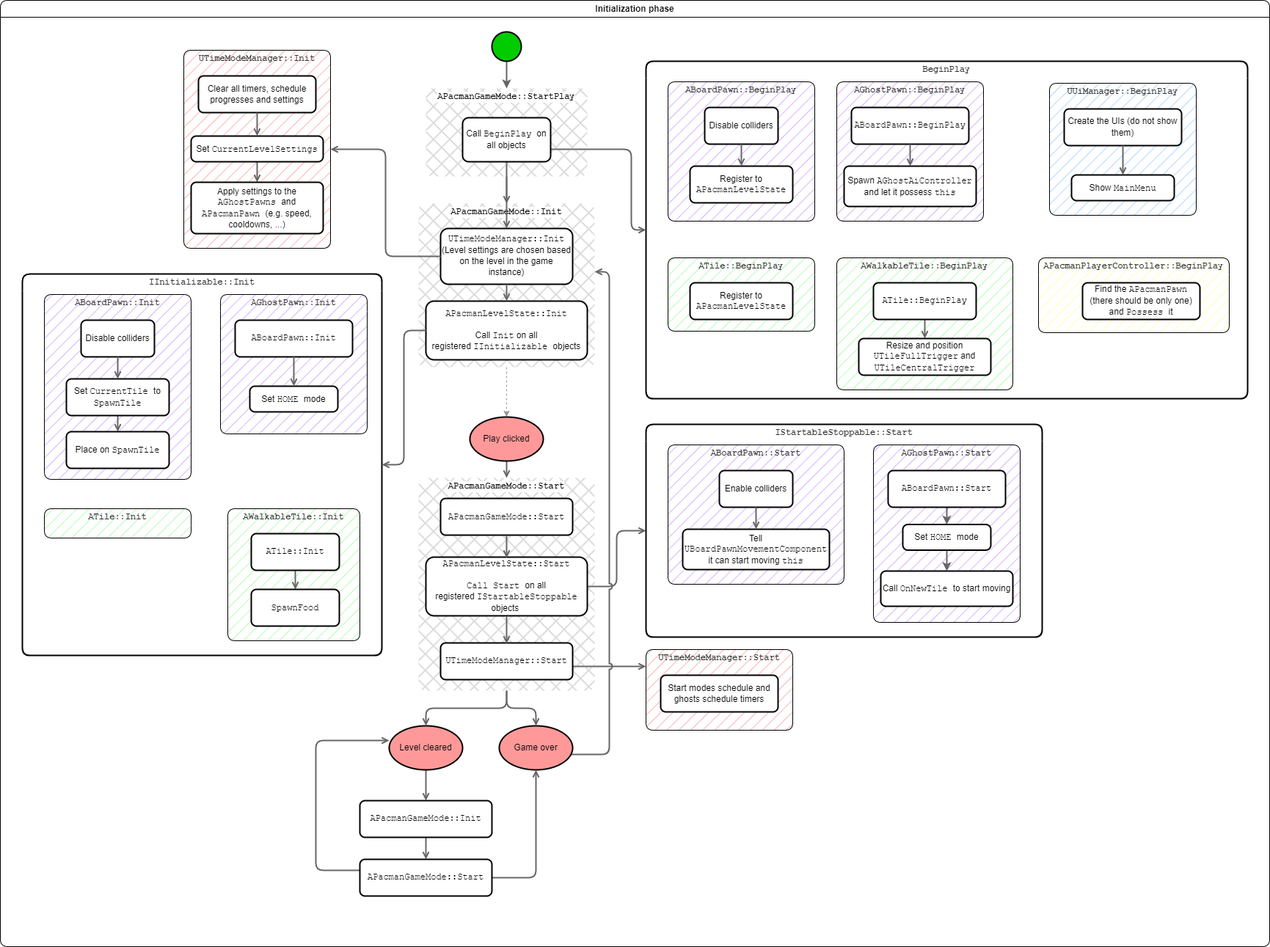
Above: Documentation/GameFlowDiagrams/InitPhase.png in Lapo9/Pacman (draw.io), before the change. Source tidied: cells renumbered, new cells last; positions are measured from the earlier drawing's top-left corner, leaving out a move shared by most shapes.
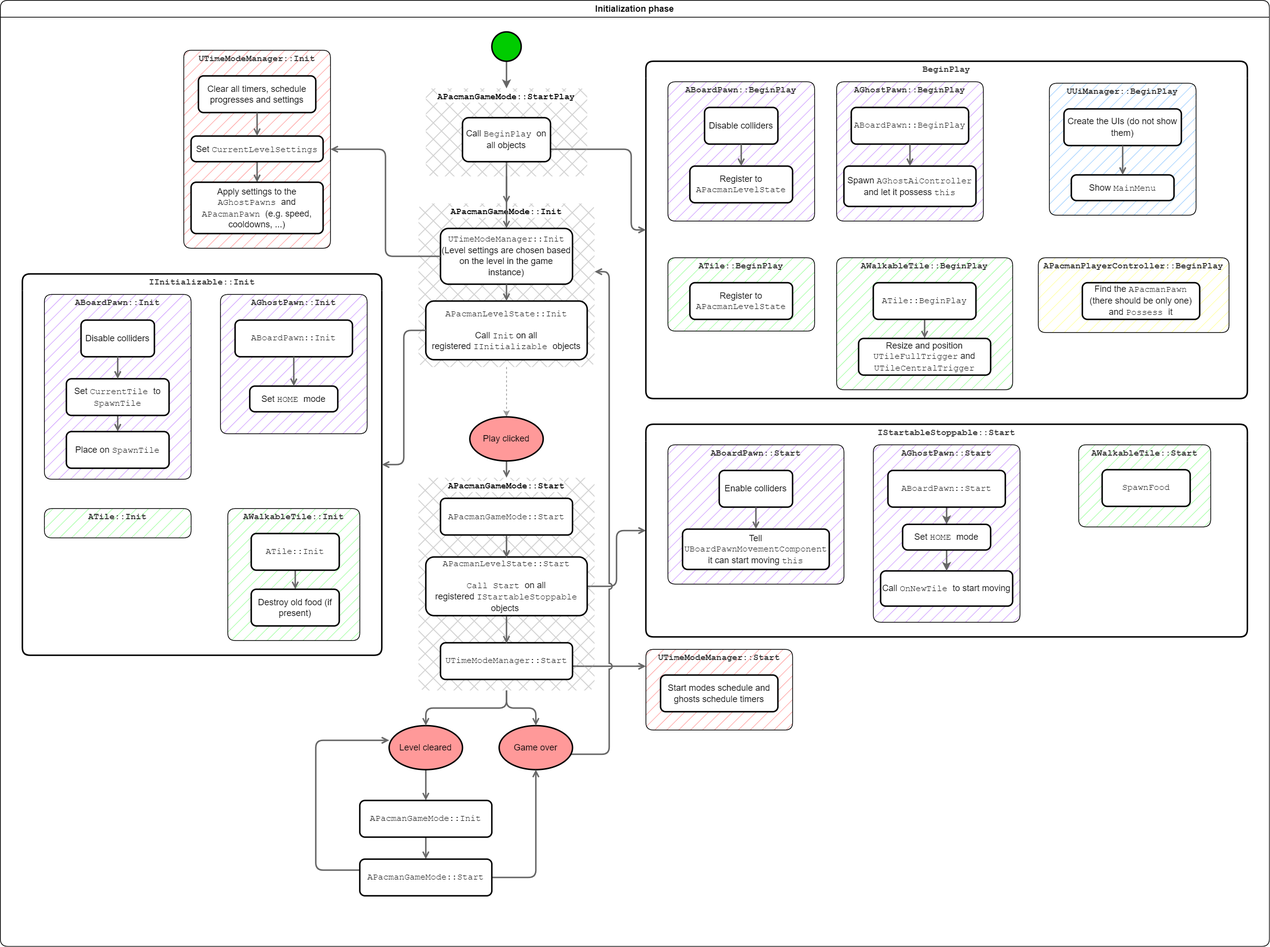
The same file after the commit.

Commit message:
(Apparently) fixed a rare bug with food spawning and another game breaking bug with board pawns outside of the maze

Diff of the diagram source:
```diff
@@ -155,11 +155,11 @@
     <mxCell id="49" value="ATile::Init" style="rounded=1;whiteSpace=wrap;html=1;absoluteArcSize=1;arcSize=14;strokeWidth=2;fontFamily=Courier New;" parent="47" vertex="1">
       <mxGeometry x="32" y="34" width="120" height="50" as="geometry" />
     </mxCell>
-    <mxCell id="50" value="&lt;font face=&quot;Courier New&quot;&gt;SpawnFood&lt;/font&gt;" style="rounded=1;whiteSpace=wrap;html=1;absoluteArcSize=1;arcSize=14;strokeWidth=2;fontFamily=Helvetica;" parent="47" vertex="1">
+    <mxCell id="50" value="&lt;font&gt;Destroy old food (if present)&lt;/font&gt;" style="rounded=1;whiteSpace=wrap;html=1;absoluteArcSize=1;arcSize=14;strokeWidth=2;fontFamily=Helvetica;" parent="47" vertex="1">
       <mxGeometry x="32" y="110" width="120" height="50" as="geometry" />
     </mxCell>
     <mxCell id="51" value="IStartableStoppable::Start" style="swimlane;whiteSpace=wrap;html=1;fontFamily=Courier New;fillStyle=hatch;fillColor=none;fontColor=#333333;strokeColor=default;swimlaneFillColor=none;rounded=1;swimlaneLine=0;glass=0;shadow=0;strokeWidth=2;" parent="2" vertex="1">
-      <mxGeometry x="880" y="578" width="540" height="290" as="geometry" />
+      <mxGeometry x="880" y="578" width="820" height="290" as="geometry" />
     </mxCell>
     <mxCell id="52" style="edgeStyle=orthogonalEdgeStyle;rounded=0;orthogonalLoop=1;jettySize=auto;html=1;" parent="51" edge="1">
       <mxGeometry relative="1" as="geometry">
@@ -196,6 +196,12 @@
     <mxCell id="62" value="Set &lt;font face=&quot;Courier New&quot;&gt;HOME &lt;/font&gt;mode" style="rounded=1;whiteSpace=wrap;html=1;absoluteArcSize=1;arcSize=14;strokeWidth=2;" parent="57" vertex="1">
       <mxGeometry x="40" y="108.5" width="120" height="35" as="geometry" />
     </mxCell>
+    <mxCell id="100" value="AWalkableTile::Start" style="swimlane;whiteSpace=wrap;html=1;fontFamily=Courier New;fillStyle=hatch;fillColor=#99FF99;fontColor=#333333;strokeColor=default;swimlaneFillColor=#99FF99;rounded=1;swimlaneLine=0;glass=0;shadow=0;" parent="51" vertex="1">
+      <mxGeometry x="590" y="28" width="180" height="112" as="geometry" />
+    </mxCell>
+    <mxCell id="101" value="SpawnFood" style="rounded=1;whiteSpace=wrap;html=1;absoluteArcSize=1;arcSize=14;strokeWidth=2;fontFamily=Courier New;" parent="100" vertex="1">
+      <mxGeometry x="32" y="34" width="120" height="50" as="geometry" />
+    </mxCell>
     <mxCell id="63" style="edgeStyle=orthogonalEdgeStyle;rounded=1;jettySize=auto;html=1;strokeColor=#666666;curved=0;endArrow=open;endFill=0;strokeWidth=2;" parent="2" edge="1" source="83" target="6">
       <mxGeometry relative="1" as="geometry" />
     </mxCell>
```
